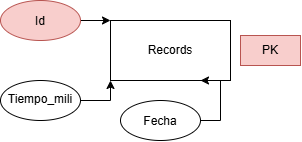
Before: DER.drawio.png, a diagram exported from draw.io (NeroShura/BlackLabyrinthEntrega). Source tidied: cells renumbered, new cells last; positions are measured from the earlier drawing's top-left corner, leaving out a move shared by most shapes.
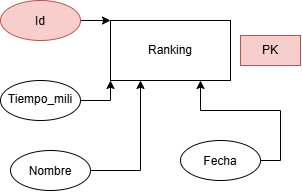
Above is the later version.

Change to the diagram source:
```diff
@@ -2,7 +2,7 @@
   <root>
     <mxCell id="0" />
     <mxCell id="1" parent="0" />
-    <mxCell id="2" value="Records" style="rounded=0;whiteSpace=wrap;html=1;" parent="1" vertex="1">
+    <mxCell id="2" value="Ranking" style="rounded=0;whiteSpace=wrap;html=1;" parent="1" vertex="1">
       <mxGeometry x="110" y="20" width="120" height="60" as="geometry" />
     </mxCell>
     <mxCell id="3" style="edgeStyle=orthogonalEdgeStyle;rounded=0;jettySize=auto;html=1;exitX=1;exitY=0.5;exitDx=0;exitDy=0;entryX=0;entryY=1;entryDx=0;entryDy=0;defaultLabelBackgroundColor=page;labelPadding=0 4;" parent="1" edge="1" source="4" target="2">
@@ -24,7 +24,13 @@
       <mxGeometry relative="1" as="geometry" />
     </mxCell>
     <mxCell id="9" value="Fecha" style="ellipse;whiteSpace=wrap;html=1;shapeInside=1;" parent="1" vertex="1">
-      <mxGeometry x="120" y="100" width="80" height="40" as="geometry" />
+      <mxGeometry x="180" y="140" width="80" height="40" as="geometry" />
     </mxCell>
+    <mxCell id="10" style="edgeStyle=orthogonalEdgeStyle;rounded=0;jettySize=auto;html=1;exitX=1;exitY=0.5;exitDx=0;exitDy=0;entryX=0.25;entryY=1;entryDx=0;entryDy=0;defaultLabelBackgroundColor=page;labelPadding=0 4;" parent="1" edge="1" source="11" target="2">
+      <mxGeometry relative="1" as="geometry" />
+    </mxCell>
+    <mxCell id="11" value="Nombre" style="ellipse;whiteSpace=wrap;html=1;shapeInside=1;" parent="1" vertex="1">
+      <mxGeometry x="10" y="150" width="80" height="40" as="geometry" />
+    </mxCell>
   </root>
 </mxGraphModel>
```
